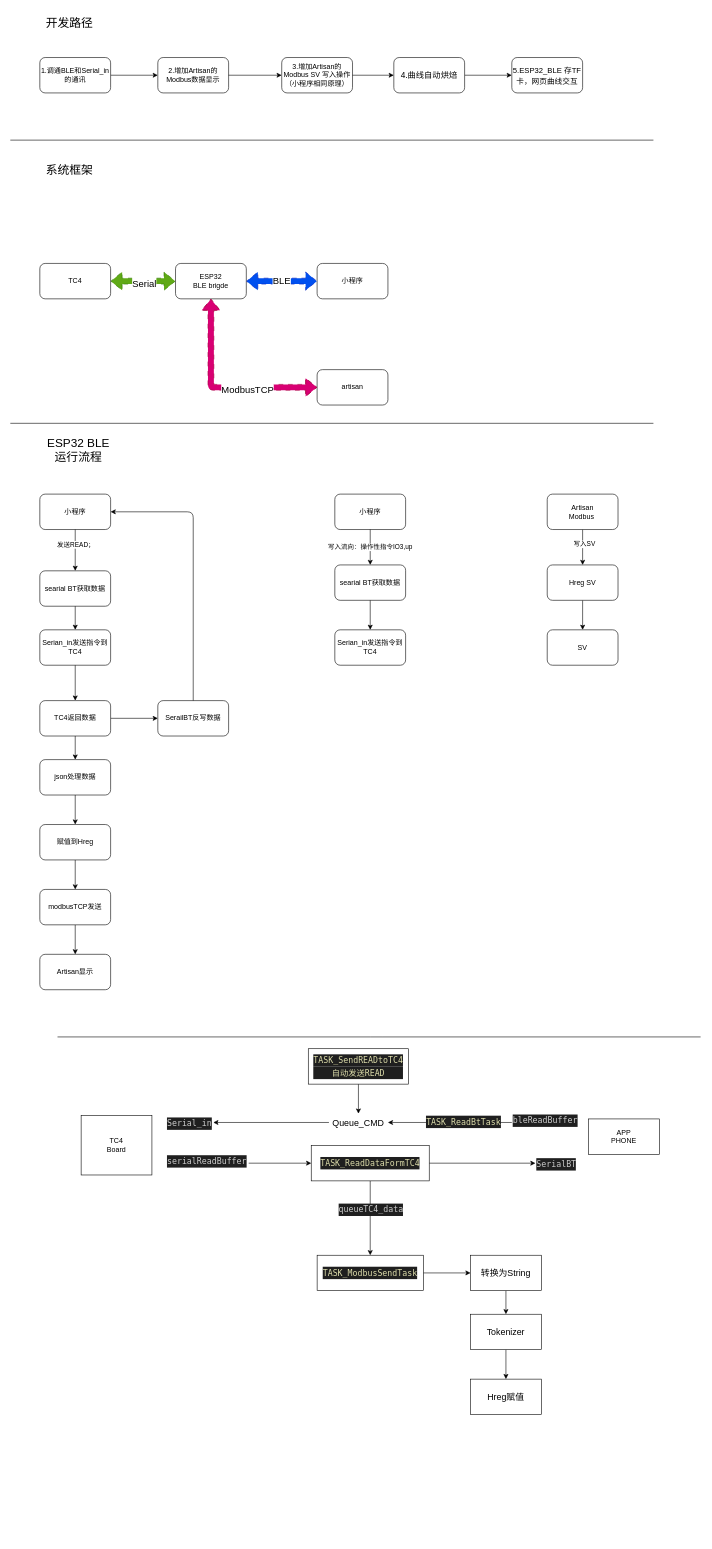
The draw.io diagram src/flow.drawio in sakunamary/tc4-ble-brigde, before the edit. Source tidied: cells renumbered, new cells numbered last; positions are measured from the earlier drawing's top-left corner, leaving out a move shared by most shapes. Both pictures are drawn from the tidied source at 59%, with x=0, y=0 at pixel (10, 10).
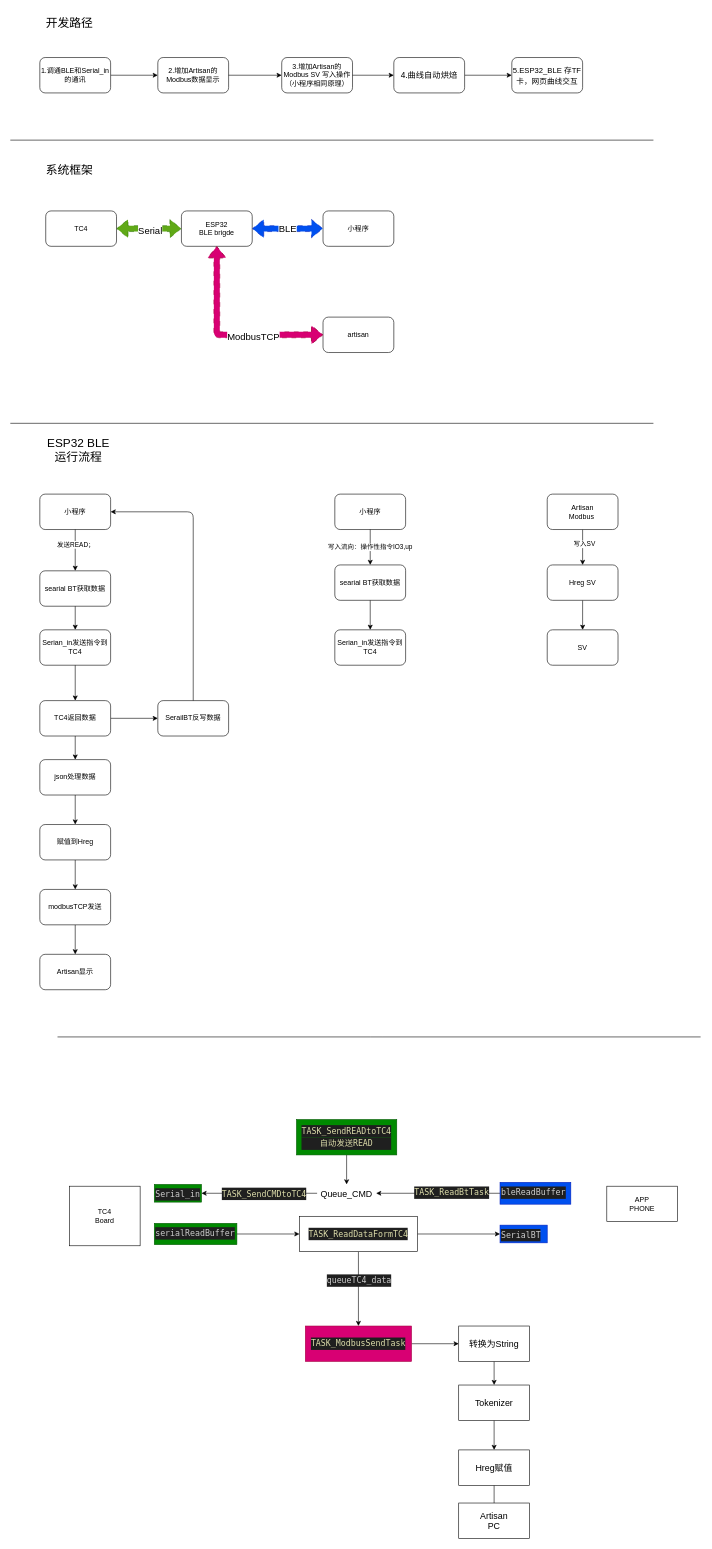
The same page after the edit.

Unchanged cells that the change refers to:
```xml
<mxCell id="58" value="&lt;div style=&quot;color: rgb(204, 204, 204); background-color: rgb(31, 31, 31); font-family: Menlo, Menlo, Menlo, Menlo, Monaco, &amp;quot;Courier New&amp;quot;, monospace; font-size: 14px; line-height: 21px;&quot;&gt;&lt;br&gt;&lt;/div&gt;" style="edgeStyle=none;html=1;exitX=0;exitY=0.5;exitDx=0;exitDy=0;entryX=1;entryY=0.5;entryDx=0;entryDy=0;fontSize=15;" parent="1" edge="1" source="59" target="63">
  <mxGeometry relative="1" as="geometry" />
</mxCell>
```

What changed in the source:
```diff
@@
     <mxCell id="2" value="TC4" style="rounded=1;whiteSpace=wrap;html=1;" parent="1" vertex="1">
-      <mxGeometry x="50" y="429" width="120" height="60" as="geometry" />
+      <mxGeometry x="60" y="340" width="120" height="60" as="geometry" />
     </mxCell>
     <mxCell id="3" value="ESP32&lt;br&gt;BLE brigde" style="whiteSpace=wrap;html=1;rounded=1;" parent="1" vertex="1">
-      <mxGeometry x="280" y="429" width="120" height="60" as="geometry" />
+      <mxGeometry x="290" y="340" width="120" height="60" as="geometry" />
     </mxCell>
     <mxCell id="4" value="小程序" style="rounded=1;whiteSpace=wrap;html=1;" parent="1" vertex="1">
-      <mxGeometry x="520" y="429" width="120" height="60" as="geometry" />
+      <mxGeometry x="530" y="340" width="120" height="60" as="geometry" />
     </mxCell>
     <mxCell id="5" style="shape=flexArrow;endArrow=classic;startArrow=classic;html=1;dashed=1;dashPattern=8 8;exitX=1;exitY=0.5;exitDx=0;exitDy=0;fillColor=#60a917;strokeColor=#2D7600;" parent="1" edge="1" source="2">
       <mxGeometry relative="1" as="geometry">
-        <mxPoint x="280" y="459" as="targetPoint" />
+        <mxPoint x="290" y="370" as="targetPoint" />
       </mxGeometry>
     </mxCell>
@@
     <mxCell id="7" value="&lt;font style=&quot;font-size: 16px;&quot;&gt;BLE&lt;/font&gt;" style="shape=flexArrow;endArrow=classic;startArrow=classic;html=1;dashed=1;dashPattern=8 8;exitX=1;exitY=0.5;exitDx=0;exitDy=0;fillColor=#0050ef;strokeColor=#001DBC;" parent="1" edge="1" source="3">
       <mxGeometry relative="1" as="geometry">
-        <mxPoint x="520" y="459" as="targetPoint" />
+        <mxPoint x="530" y="370" as="targetPoint" />
       </mxGeometry>
     </mxCell>
     <mxCell id="8" value="artisan" style="rounded=1;whiteSpace=wrap;html=1;" parent="1" vertex="1">
-      <mxGeometry x="520" y="609" width="120" height="60" as="geometry" />
+      <mxGeometry x="530" y="520" width="120" height="60" as="geometry" />
     </mxCell>
     <mxCell id="9" style="shape=flexArrow;endArrow=classic;startArrow=classic;html=1;dashed=1;dashPattern=8 8;exitX=0;exitY=0.5;exitDx=0;exitDy=0;entryX=0.5;entryY=1;entryDx=0;entryDy=0;fillColor=#d80073;strokeColor=#A50040;" parent="1" edge="1" source="8" target="3">
       <mxGeometry relative="1" as="geometry">
         <Array as="points">
-          <mxPoint x="340" y="639" />
+          <mxPoint x="350" y="550" />
         </Array>
       </mxGeometry>
     </mxCell>
@@
-    <mxCell id="56" value="&lt;div style=&quot;color: rgb(204, 204, 204); background-color: rgb(31, 31, 31); font-family: Menlo, Menlo, Menlo, Menlo, Monaco, &amp;quot;Courier New&amp;quot;, monospace; font-weight: normal; font-size: 14px; line-height: 21px;&quot;&gt;&lt;div&gt;&lt;span style=&quot;color: #cccccc;&quot;&gt;serialReadBuffer&lt;/span&gt;&lt;/div&gt;&lt;/div&gt;" style="text;whiteSpace=wrap;html=1;" parent="1" vertex="1">
-      <mxGeometry x="264" y="1934" width="140" height="40" as="geometry" />
+    <mxCell id="56" value="&lt;div style=&quot;color: rgb(204, 204, 204); background-color: rgb(31, 31, 31); font-family: Menlo, Menlo, Menlo, Menlo, Monaco, &amp;quot;Courier New&amp;quot;, monospace; font-weight: normal; font-size: 14px; line-height: 21px;&quot;&gt;&lt;div&gt;&lt;span style=&quot;color: #cccccc;&quot;&gt;serialReadBuffer&lt;/span&gt;&lt;/div&gt;&lt;/div&gt;" style="text;whiteSpace=wrap;html=1;fillColor=#008a00;fontColor=#ffffff;strokeColor=#005700;" parent="1" vertex="1">
+      <mxGeometry x="244" y="2056" width="140" height="36" as="geometry" />
     </mxCell>
-    <mxCell id="57" value="&lt;div style=&quot;color: rgb(204, 204, 204); background-color: rgb(31, 31, 31); font-family: Menlo, Menlo, Menlo, Menlo, Monaco, &amp;quot;Courier New&amp;quot;, monospace; font-weight: normal; font-size: 14px; line-height: 21px;&quot;&gt;&lt;div&gt;&lt;span style=&quot;color: #cccccc;&quot;&gt;SerialBT&lt;/span&gt;&lt;/div&gt;&lt;/div&gt;" style="text;whiteSpace=wrap;html=1;" parent="1" vertex="1">
-      <mxGeometry x="890" y="1939" width="80" height="30" as="geometry" />
+    <mxCell id="57" value="&lt;div style=&quot;color: rgb(204, 204, 204); background-color: rgb(31, 31, 31); font-family: Menlo, Menlo, Menlo, Menlo, Monaco, &amp;quot;Courier New&amp;quot;, monospace; font-weight: normal; font-size: 14px; line-height: 21px;&quot;&gt;&lt;div&gt;&lt;span style=&quot;color: #cccccc;&quot;&gt;SerialBT&lt;/span&gt;&lt;/div&gt;&lt;/div&gt;" style="text;whiteSpace=wrap;html=1;fillColor=#0050ef;fontColor=#ffffff;strokeColor=#001DBC;" parent="1" vertex="1">
+      <mxGeometry x="830" y="2059" width="80" height="30" as="geometry" />
     </mxCell>
@@
+    <mxCell id="80" value="&lt;div style=&quot;color: rgb(204, 204, 204); background-color: rgb(31, 31, 31); font-family: Menlo, Menlo, Menlo, Menlo, Monaco, &amp;quot;Courier New&amp;quot;, monospace; font-size: 14px; line-height: 21px;&quot;&gt;&lt;span style=&quot;color: #dcdcaa;&quot;&gt;TASK_SendCMDtoTC4&lt;/span&gt;&lt;/div&gt;" style="edgeLabel;html=1;align=center;verticalAlign=middle;" parent="58" vertex="1">
+      <mxGeometry x="-0.07" relative="1" as="geometry" />
+    </mxCell>
     <mxCell id="59" value="&lt;font style=&quot;font-size: 15px;&quot;&gt;Queue_CMD&lt;br&gt;&lt;/font&gt;" style="text;strokeColor=none;align=center;fillColor=none;html=1;verticalAlign=middle;whiteSpace=wrap;rounded=0;" parent="1" vertex="1">
-      <mxGeometry x="540" y="1870" width="100" height="30" as="geometry" />
+      <mxGeometry x="520" y="1990" width="100" height="30" as="geometry" />
     </mxCell>
@@
-    <mxCell id="62" value="&lt;div style=&quot;color: rgb(204, 204, 204); background-color: rgb(31, 31, 31); font-family: Menlo, Menlo, Menlo, Menlo, Monaco, &amp;quot;Courier New&amp;quot;, monospace; font-weight: normal; font-size: 14px; line-height: 21px;&quot;&gt;&lt;div style=&quot;line-height: 21px;&quot;&gt;bleReadBuffer&lt;/div&gt;&lt;/div&gt;" style="text;whiteSpace=wrap;html=1;fontSize=15;" parent="1" vertex="1">
-      <mxGeometry x="850" y="1865" width="150" height="40" as="geometry" />
+    <mxCell id="62" value="&lt;div style=&quot;color: rgb(204, 204, 204); background-color: rgb(31, 31, 31); font-family: Menlo, Menlo, Menlo, Menlo, Monaco, &amp;quot;Courier New&amp;quot;, monospace; font-weight: normal; font-size: 14px; line-height: 21px;&quot;&gt;&lt;div style=&quot;line-height: 21px;&quot;&gt;bleReadBuffer&lt;/div&gt;&lt;/div&gt;" style="text;whiteSpace=wrap;html=1;fontSize=15;fillColor=#0050ef;fontColor=#ffffff;strokeColor=#001DBC;" parent="1" vertex="1">
+      <mxGeometry x="830" y="1986.5" width="120" height="37" as="geometry" />
     </mxCell>
-    <mxCell id="63" value="&lt;div style=&quot;color: rgb(204, 204, 204); background-color: rgb(31, 31, 31); font-family: Menlo, Menlo, Menlo, Menlo, Monaco, &amp;quot;Courier New&amp;quot;, monospace; font-weight: normal; font-size: 14px; line-height: 21px;&quot;&gt;&lt;div&gt;&lt;span style=&quot;color: #cccccc;&quot;&gt;Serial_in&lt;/span&gt;&lt;/div&gt;&lt;/div&gt;" style="text;whiteSpace=wrap;html=1;" parent="1" vertex="1">
-      <mxGeometry x="264" y="1870" width="80" height="30" as="geometry" />
+    <mxCell id="63" value="&lt;div style=&quot;color: rgb(204, 204, 204); background-color: rgb(31, 31, 31); font-family: Menlo, Menlo, Menlo, Menlo, Monaco, &amp;quot;Courier New&amp;quot;, monospace; font-weight: normal; font-size: 14px; line-height: 21px;&quot;&gt;&lt;div&gt;&lt;span style=&quot;color: #cccccc;&quot;&gt;Serial_in&lt;/span&gt;&lt;/div&gt;&lt;/div&gt;" style="text;whiteSpace=wrap;html=1;fillColor=#008a00;fontColor=#ffffff;strokeColor=#005700;" parent="1" vertex="1">
+      <mxGeometry x="244" y="1990" width="80" height="30" as="geometry" />
     </mxCell>
@@
     <mxCell id="65" value="转换为String" style="whiteSpace=wrap;html=1;fontSize=15;" parent="1" vertex="1">
-      <mxGeometry x="780" y="2110" width="120" height="60" as="geometry" />
+      <mxGeometry x="760" y="2230" width="120" height="60" as="geometry" />
     </mxCell>
@@
     <mxCell id="67" value="Tokenizer" style="whiteSpace=wrap;html=1;fontSize=15;" parent="1" vertex="1">
-      <mxGeometry x="780" y="2210" width="120" height="60" as="geometry" />
+      <mxGeometry x="760" y="2330" width="120" height="60" as="geometry" />
     </mxCell>
@@
+    <mxCell id="81" style="edgeStyle=none;html=1;" parent="1" edge="1" source="69">
+      <mxGeometry relative="1" as="geometry">
+        <mxPoint x="820" y="2540" as="targetPoint" />
+      </mxGeometry>
+    </mxCell>
     <mxCell id="69" value="Hreg赋值" style="whiteSpace=wrap;html=1;fontSize=15;" parent="1" vertex="1">
-      <mxGeometry x="780" y="2320" width="120" height="60" as="geometry" />
+      <mxGeometry x="760" y="2440" width="120" height="60" as="geometry" />
     </mxCell>
@@
-    <mxCell id="71" value="&lt;div style=&quot;color: rgb(204, 204, 204); background-color: rgb(31, 31, 31); font-family: Menlo, Menlo, Menlo, Menlo, Monaco, &amp;quot;Courier New&amp;quot;, monospace; font-size: 14px; line-height: 21px;&quot;&gt;&lt;span style=&quot;color: #dcdcaa;&quot;&gt;TASK_SendREADtoTC4&lt;/span&gt;&lt;/div&gt;&lt;div style=&quot;background-color: rgb(31, 31, 31); font-family: Menlo, Menlo, Menlo, Menlo, Monaco, &amp;quot;Courier New&amp;quot;, monospace; font-size: 14px; line-height: 21px;&quot;&gt;&lt;font color=&quot;#dcdcaa&quot;&gt;自动发送READ&lt;/font&gt;&lt;/div&gt;" style="rounded=0;whiteSpace=wrap;html=1;" parent="1" vertex="1">
-      <mxGeometry x="505" y="1760" width="170" height="60" as="geometry" />
+    <mxCell id="71" value="&lt;div style=&quot;color: rgb(204, 204, 204); background-color: rgb(31, 31, 31); font-family: Menlo, Menlo, Menlo, Menlo, Monaco, &amp;quot;Courier New&amp;quot;, monospace; font-size: 14px; line-height: 21px;&quot;&gt;&lt;span style=&quot;color: #dcdcaa;&quot;&gt;TASK_SendREADtoTC4&lt;/span&gt;&lt;/div&gt;&lt;div style=&quot;background-color: rgb(31, 31, 31); font-family: Menlo, Menlo, Menlo, Menlo, Monaco, &amp;quot;Courier New&amp;quot;, monospace; font-size: 14px; line-height: 21px;&quot;&gt;&lt;font color=&quot;#dcdcaa&quot;&gt;自动发送READ&lt;/font&gt;&lt;/div&gt;" style="rounded=0;whiteSpace=wrap;html=1;fillColor=#008a00;fontColor=#ffffff;strokeColor=#005700;" parent="1" vertex="1">
+      <mxGeometry x="485" y="1880" width="170" height="60" as="geometry" />
     </mxCell>
     <mxCell id="72" value="TC4&lt;br&gt;Board" style="rounded=0;whiteSpace=wrap;html=1;" parent="1" vertex="1">
-      <mxGeometry x="120" y="1873" width="120" height="101" as="geometry" />
+      <mxGeometry x="100" y="1993" width="120" height="101" as="geometry" />
     </mxCell>
     <mxCell id="73" value="APP&lt;br&gt;PHONE" style="rounded=0;whiteSpace=wrap;html=1;" parent="1" vertex="1">
-      <mxGeometry x="980" y="1879" width="120" height="60" as="geometry" />
+      <mxGeometry x="1011" y="1993" width="120" height="60" as="geometry" />
     </mxCell>
@@
     <mxCell id="77" value="&lt;div style=&quot;color: rgb(204, 204, 204); background-color: rgb(31, 31, 31); font-family: Menlo, Menlo, Menlo, Menlo, Monaco, &amp;quot;Courier New&amp;quot;, monospace; font-weight: normal; font-size: 14px; line-height: 21px;&quot;&gt;&lt;div&gt;&lt;span style=&quot;color: #dcdcaa;&quot;&gt;TASK_ReadDataFormTC4&lt;/span&gt;&lt;/div&gt;&lt;/div&gt;" style="rounded=0;whiteSpace=wrap;html=1;" parent="1" vertex="1">
-      <mxGeometry x="510" y="1924" width="200" height="60" as="geometry" />
+      <mxGeometry x="490" y="2044" width="200" height="60" as="geometry" />
     </mxCell>
@@
-    <mxCell id="79" value="&lt;div style=&quot;color: rgb(204, 204, 204); background-color: rgb(31, 31, 31); font-family: Menlo, Menlo, Menlo, Menlo, Monaco, &amp;quot;Courier New&amp;quot;, monospace; font-size: 14px; line-height: 21px;&quot;&gt;&lt;span style=&quot;color: #dcdcaa;&quot;&gt;TASK_ModbusSendTask&lt;/span&gt;&lt;/div&gt;" style="rounded=0;whiteSpace=wrap;html=1;" parent="1" vertex="1">
-      <mxGeometry x="520" y="2110" width="180" height="60" as="geometry" />
+    <mxCell id="79" value="&lt;div style=&quot;color: rgb(204, 204, 204); background-color: rgb(31, 31, 31); font-family: Menlo, Menlo, Menlo, Menlo, Monaco, &amp;quot;Courier New&amp;quot;, monospace; font-size: 14px; line-height: 21px;&quot;&gt;&lt;span style=&quot;color: #dcdcaa;&quot;&gt;TASK_ModbusSendTask&lt;/span&gt;&lt;/div&gt;" style="rounded=0;whiteSpace=wrap;html=1;fillColor=#d80073;fontColor=#ffffff;strokeColor=#A50040;" parent="1" vertex="1">
+      <mxGeometry x="500" y="2230" width="180" height="60" as="geometry" />
     </mxCell>
+    <mxCell id="82" value="Artisan&lt;br&gt;PC" style="whiteSpace=wrap;html=1;fontSize=15;" parent="1" vertex="1">
+      <mxGeometry x="760" y="2530" width="120" height="60" as="geometry" />
+    </mxCell>
```
